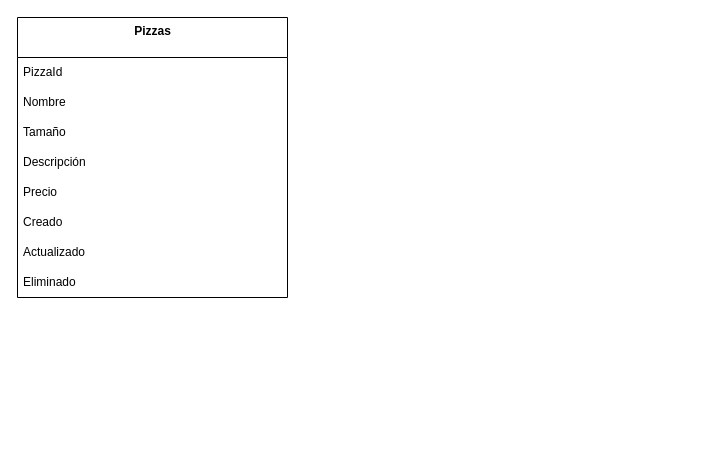
Earlier version of the draw.io diagram Doc/Arquitectura.drawio (Syntia28/NikosPizza). Source tidied: cells renumbered, new cells numbered last; positions are measured from the earlier drawing's top-left corner, leaving out a move shared by most shapes. Both pictures are drawn from the tidied source at 100%, with x=0, y=0 at pixel (17, 17).
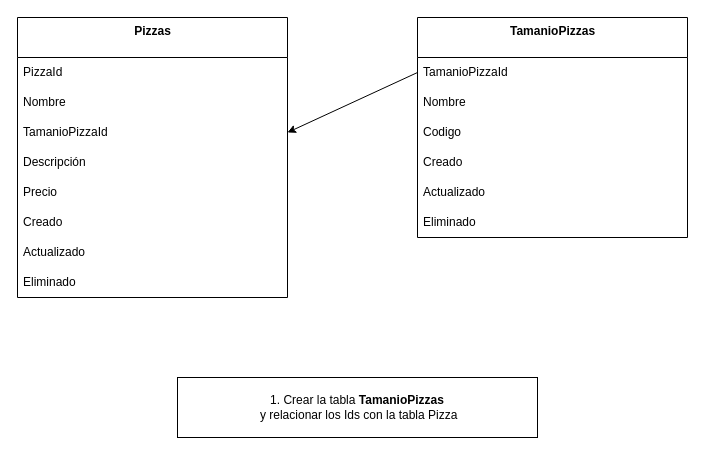
Above is the later version.

What changed in the source:
```diff
@@
 <mxGraphModel>
   <root>
     <mxCell id="0" />
     <mxCell id="1" parent="0" />
     <mxCell id="2" value="Pizzas" style="swimlane;fontStyle=1;align=center;verticalAlign=top;horizontal=1;startSize=40;html=1;" parent="1" vertex="1">
       <mxGeometry width="270" height="280" as="geometry" />
     </mxCell>
     <mxCell id="3" value="PizzaId" style="text;html=1;strokeColor=none;fillColor=none;align=left;verticalAlign=middle;spacingLeft=4;spacingRight=4;overflow=hidden;" parent="2" vertex="1">
       <mxGeometry y="40" width="270" height="30" as="geometry" />
     </mxCell>
     <mxCell id="4" value="Nombre&amp;nbsp;" style="text;html=1;strokeColor=none;fillColor=none;align=left;verticalAlign=middle;spacingLeft=4;spacingRight=4;overflow=hidden;" parent="2" vertex="1">
       <mxGeometry y="70" width="270" height="30" as="geometry" />
     </mxCell>
-    <mxCell id="5" value="Tamaño" style="text;html=1;strokeColor=none;fillColor=none;align=left;verticalAlign=middle;spacingLeft=4;spacingRight=4;overflow=hidden;" parent="2" vertex="1">
-      <mxGeometry y="100" width="270" height="30" as="geometry" />
-    </mxCell>
+    <mxCell id="11" value="TamanioPizzaId" style="text;html=1;strokeColor=none;fillColor=none;align=left;verticalAlign=middle;spacingLeft=4;spacingRight=4;overflow=hidden;points=[[0,0.5],[1,0.5]];portConstraint=eastwest;" parent="2" vertex="1">
+      <mxGeometry y="100" width="270" height="30" as="geometry" />
+    </mxCell>
     <mxCell id="6" value="Descripción" style="text;html=1;strokeColor=none;fillColor=none;align=left;verticalAlign=middle;spacingLeft=4;spacingRight=4;overflow=hidden;" parent="2" vertex="1">
       <mxGeometry y="130" width="270" height="30" as="geometry" />
     </mxCell>
     <mxCell id="7" value="Precio" style="text;html=1;strokeColor=none;fillColor=none;align=left;verticalAlign=middle;spacingLeft=4;spacingRight=4;overflow=hidden;" parent="2" vertex="1">
       <mxGeometry y="160" width="270" height="30" as="geometry" />
     </mxCell>
     <mxCell id="8" value="Creado" style="text;html=1;strokeColor=none;fillColor=none;align=left;verticalAlign=middle;spacingLeft=4;spacingRight=4;overflow=hidden;" parent="2" vertex="1">
       <mxGeometry y="190" width="270" height="30" as="geometry" />
     </mxCell>
     <mxCell id="9" value="Actualizado" style="text;html=1;strokeColor=none;fillColor=none;align=left;verticalAlign=middle;spacingLeft=4;spacingRight=4;overflow=hidden;" parent="2" vertex="1">
       <mxGeometry y="220" width="270" height="30" as="geometry" />
     </mxCell>
     <mxCell id="10" value="Eliminado" style="text;html=1;strokeColor=none;fillColor=none;align=left;verticalAlign=middle;spacingLeft=4;spacingRight=4;overflow=hidden;" parent="2" vertex="1">
       <mxGeometry y="250" width="270" height="30" as="geometry" />
     </mxCell>
+    <mxCell id="12" value="TamanioPizzas" style="swimlane;fontStyle=1;align=center;verticalAlign=top;horizontal=1;startSize=40;html=1;" parent="1" vertex="1">
+      <mxGeometry x="400" width="270" height="220" as="geometry" />
+    </mxCell>
+    <mxCell id="13" value="TamanioPizzaId" style="text;html=1;strokeColor=none;fillColor=none;align=left;verticalAlign=middle;spacingLeft=4;spacingRight=4;overflow=hidden;points=[[0,0.5],[1,0.5]];portConstraint=eastwest;" parent="12" vertex="1">
+      <mxGeometry y="40" width="270" height="30" as="geometry" />
+    </mxCell>
+    <mxCell id="14" value="Nombre&amp;nbsp;" style="text;html=1;strokeColor=none;fillColor=none;align=left;verticalAlign=middle;spacingLeft=4;spacingRight=4;overflow=hidden;" parent="12" vertex="1">
+      <mxGeometry y="70" width="270" height="30" as="geometry" />
+    </mxCell>
+    <mxCell id="15" value="Codigo" style="text;html=1;strokeColor=none;fillColor=none;align=left;verticalAlign=middle;spacingLeft=4;spacingRight=4;overflow=hidden;" parent="12" vertex="1">
+      <mxGeometry y="100" width="270" height="30" as="geometry" />
+    </mxCell>
+    <mxCell id="16" value="Creado" style="text;html=1;strokeColor=none;fillColor=none;align=left;verticalAlign=middle;spacingLeft=4;spacingRight=4;overflow=hidden;" parent="12" vertex="1">
+      <mxGeometry y="130" width="270" height="30" as="geometry" />
+    </mxCell>
+    <mxCell id="17" value="Actualizado" style="text;html=1;strokeColor=none;fillColor=none;align=left;verticalAlign=middle;spacingLeft=4;spacingRight=4;overflow=hidden;" parent="12" vertex="1">
+      <mxGeometry y="160" width="270" height="30" as="geometry" />
+    </mxCell>
+    <mxCell id="18" value="Eliminado" style="text;html=1;strokeColor=none;fillColor=none;align=left;verticalAlign=middle;spacingLeft=4;spacingRight=4;overflow=hidden;" parent="12" vertex="1">
+      <mxGeometry y="190" width="270" height="30" as="geometry" />
+    </mxCell>
+    <mxCell id="19" style="edgeStyle=none;html=1;entryX=1;entryY=0.5;entryDx=0;entryDy=0;exitX=0;exitY=0.5;exitDx=0;exitDy=0;" parent="1" edge="1" source="13" target="11">
+      <mxGeometry relative="1" as="geometry" />
+    </mxCell>
+    <mxCell id="20" value="1. Crear la tabla&amp;nbsp;&lt;span style=&quot;font-weight: 700;&quot;&gt;TamanioPizzas&lt;/span&gt;&lt;br&gt;&amp;nbsp;y relacionar los Ids con la tabla Pizza" style="whiteSpace=wrap;html=1;" parent="1" vertex="1">
+      <mxGeometry x="160" y="360" width="360" height="60" as="geometry" />
+    </mxCell>
   </root>
 </mxGraphModel>
```
